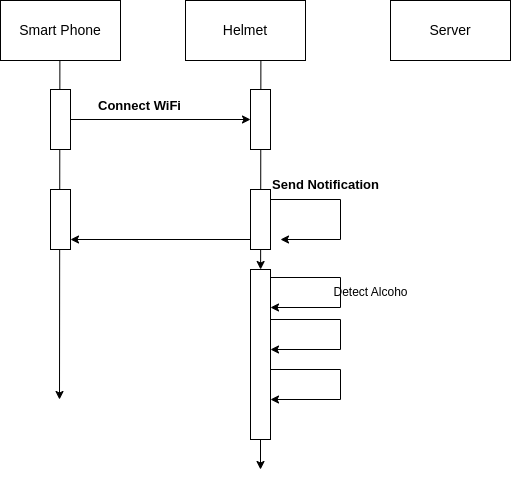
The draw.io diagram sequence diagram.drawio.png in rushikesh-mallanath/draw, before a commit. Source tidied: cells renumbered, new cells last; positions are measured from the earlier drawing's top-left corner, leaving out a move shared by most shapes.
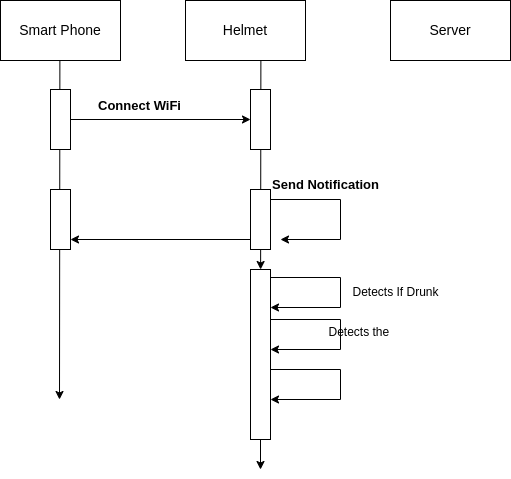
After the commit.

The edit, as a diff of the source:
```diff
@@ -103,8 +103,11 @@
         </Array>
       </mxGeometry>
     </mxCell>
-    <mxCell id="21" value="Detect Alcoho" style="text;html=1;align=center;verticalAlign=middle;strokeColor=none;fillColor=none;" parent="1" vertex="1">
-      <mxGeometry x="320" y="277" width="100" height="30" as="geometry" />
+    <mxCell id="21" value="Detects If Drunk" style="text;html=1;align=center;verticalAlign=middle;strokeColor=none;fillColor=none;" parent="1" vertex="1">
+      <mxGeometry x="340" y="277" width="110" height="30" as="geometry" />
     </mxCell>
+    <mxCell id="22" value="Detects the&amp;nbsp;" style="text;html=1;align=center;verticalAlign=middle;strokeColor=none;fillColor=none;" parent="1" vertex="1">
+      <mxGeometry x="315" y="317" width="90" height="30" as="geometry" />
+    </mxCell>
   </root>
 </mxGraphModel>
```
